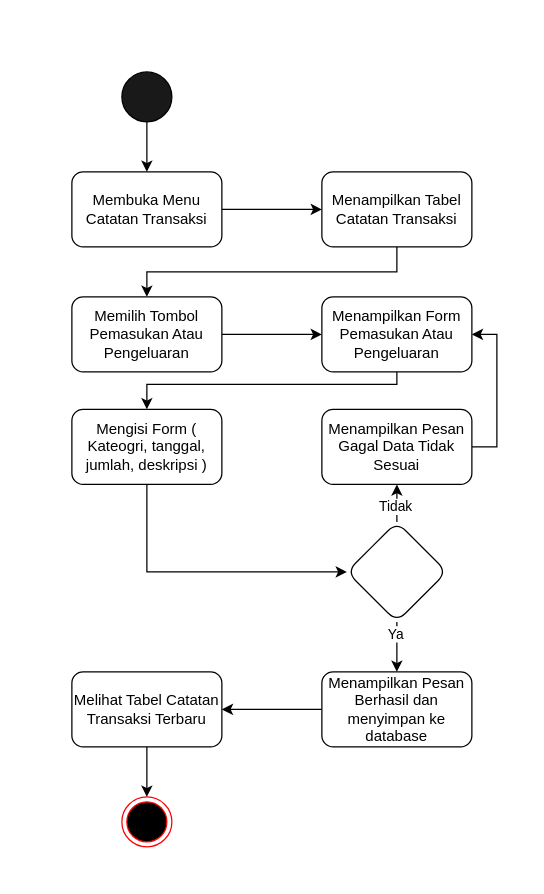
Above: page "Catatan Transaksi" (6 of 13) of Doc/UseCase/Feby-1.drawio in gustitriprayoga/sistem-umkm-feby (draw.io), before the change. Source tidied: cells renumbered, new cells numbered last; positions are measured from the earlier drawing's top-left corner, leaving out a move shared by most shapes. Both pictures are drawn from the tidied source at 125%, with x=0, y=0 at pixel (71, 71).
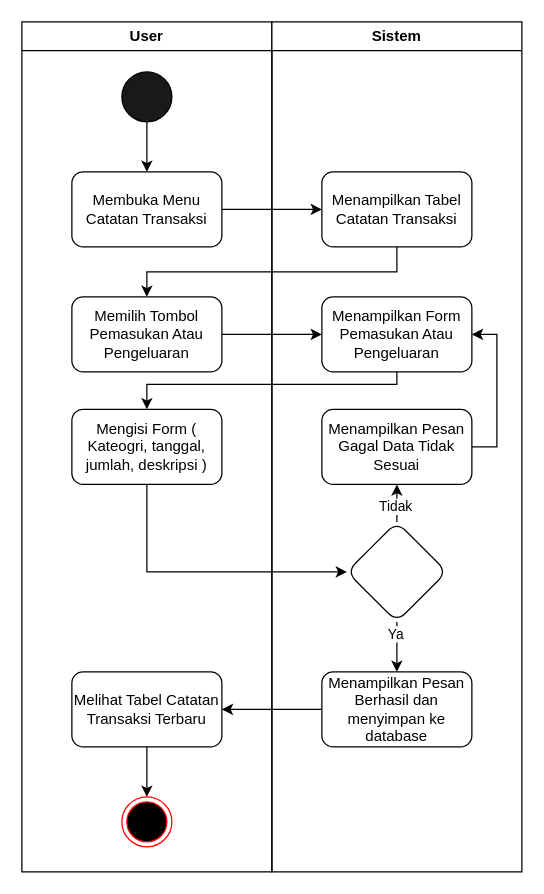
After the change.

The edit, as a diff of the source:
```diff
@@
+    <mxCell id="26" value="User" style="swimlane;whiteSpace=wrap;html=1;" parent="1" vertex="1">
+      <mxGeometry x="-40" y="-40" width="200" height="680" as="geometry" />
+    </mxCell>
+    <mxCell id="27" value="Sistem" style="swimlane;whiteSpace=wrap;html=1;" parent="1" vertex="1">
+      <mxGeometry x="160" y="-40" width="200" height="680" as="geometry" />
+    </mxCell>
```
